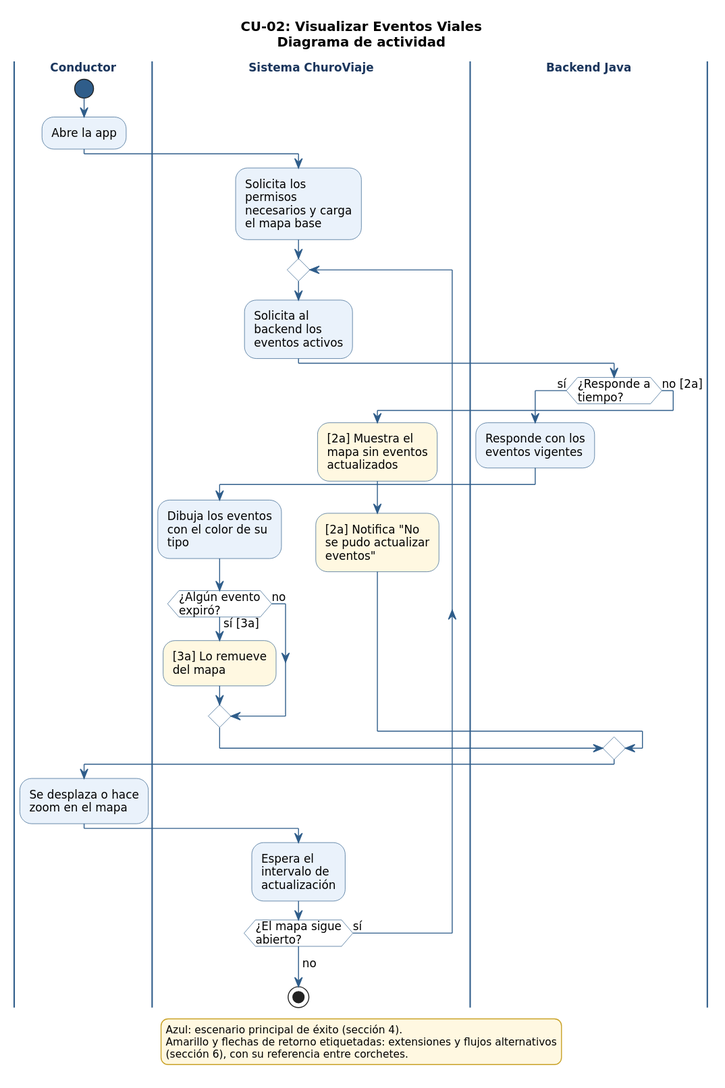
Above: 03_des/01_Diagramas_de_comportamiento/CU-02_VisualizarEventosViales.svg in uniWASD/ChuroViajeInterno (PlantUML), before the change. Source of this version:
```plantuml
@startuml

skinparam shadowing false
skinparam defaultFontName "DejaVu Sans"
skinparam defaultFontSize 12
skinparam wrapWidth 200
skinparam ArrowColor #2F5D8A
skinparam activity {
  BackgroundColor #EAF2FB
  BorderColor #2F5D8A
  DiamondBackgroundColor #FFFFFF
  DiamondBorderColor #2F5D8A
  StartColor #2F5D8A
  EndColor #2F5D8A
}
skinparam swimlane {
  BorderColor #2F5D8A
  TitleFontStyle bold
  TitleFontColor #1B365D
}
skinparam legend {
  BackgroundColor #FFF8E1
  BorderColor #C9A227
  FontSize 11
}

title CU-02: Visualizar Eventos Viales\nDiagrama de actividad

|Conductor|
start
:Abre la app;
|Sistema ChuroViaje|
:Solicita los
permisos
necesarios y carga
el mapa base;
repeat
  :Solicita al
backend los
eventos activos;
  |Backend Java|
  if (¿Responde a\ntiempo?) then (sí)
    :Responde con los
eventos vigentes;
    |Sistema ChuroViaje|
    :Dibuja los eventos
con el color de su
tipo;
    if (¿Algún evento\nexpiró?) then (sí [3a])
      #FFF8E1:[3a] Lo remueve
del mapa;
    else (no)
    endif
  else (no [2a])
    |Sistema ChuroViaje|
    #FFF8E1:[2a] Muestra el
mapa sin eventos
actualizados;
    #FFF8E1:[2a] Notifica "No
se pudo actualizar
eventos";
  endif
  |Conductor|
  :Se desplaza o hace
zoom en el mapa;
  |Sistema ChuroViaje|
  :Espera el
intervalo de
actualización;
repeat while (¿El mapa sigue\nabierto?) is (sí)
->no;
stop

legend bottom
  Azul: escenario principal de éxito (sección 4).
  Amarillo y flechas de retorno etiquetadas: extensiones y flujos alternativos
  (sección 6), con su referencia entre corchetes.
endlegend
@enduml
```
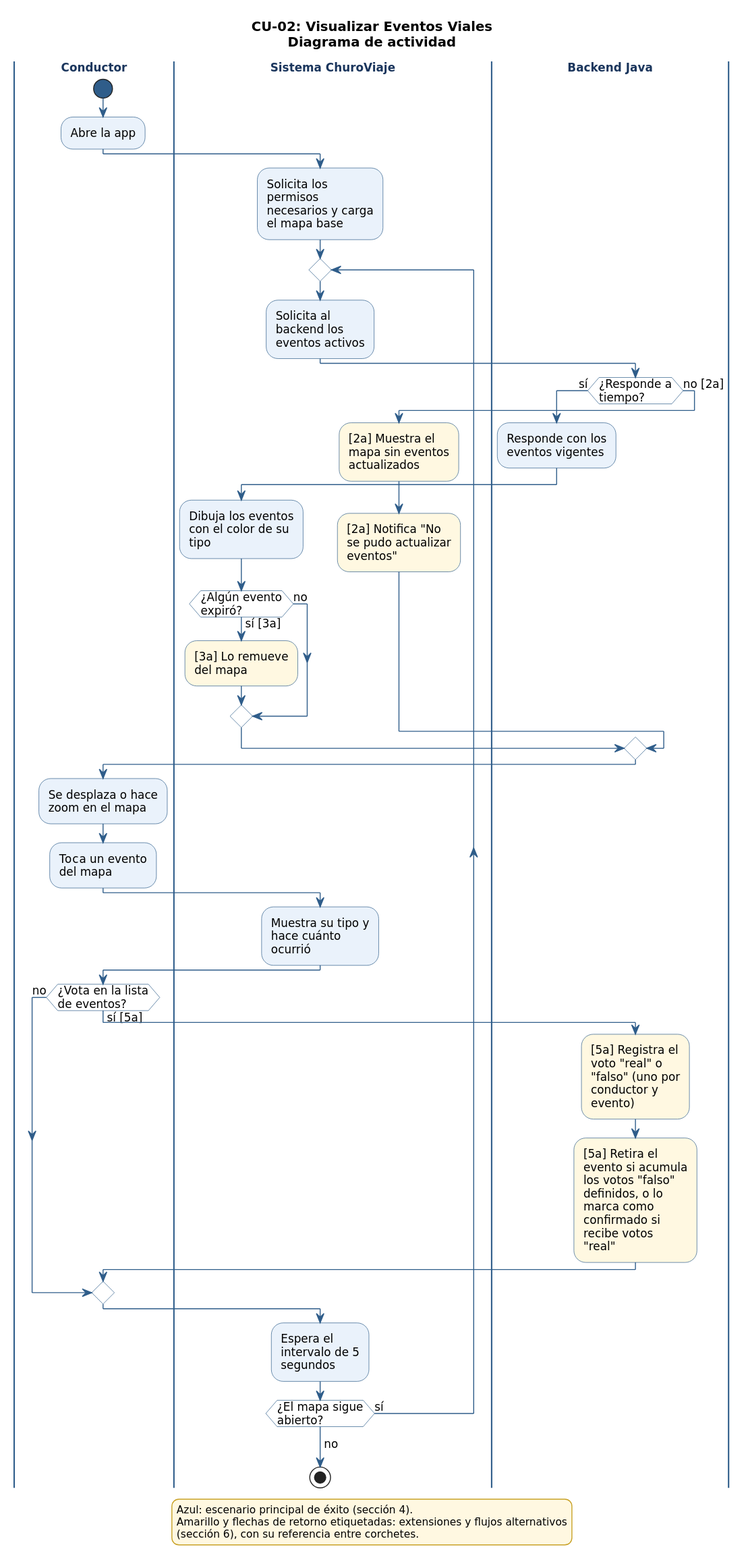
After the change.

Change to the diagram source:
```diff
@@ -63,10 +63,34 @@
   |Conductor|
   :Se desplaza o hace
 zoom en el mapa;
+  :Toca un evento
+del mapa;
+  |Sistema ChuroViaje|
+  :Muestra su tipo y
+hace cuánto
+ocurrió;
+  |Conductor|
+  if (¿Vota en la lista\nde eventos?) then (sí [5a])
+    |Backend Java|
+    #FFF8E1:[5a] Registra el
+voto "real" o
+"falso" (uno por
+conductor y
+evento);
+    #FFF8E1:[5a] Retira el
+evento si acumula
+los votos "falso"
+definidos, o lo
+marca como
+confirmado si
+recibe votos
+"real";
+  else (no)
+  endif
   |Sistema ChuroViaje|
   :Espera el
-intervalo de
-actualización;
+intervalo de 5
+segundos;
 repeat while (¿El mapa sigue\nabierto?) is (sí)
 ->no;
 stop
```
